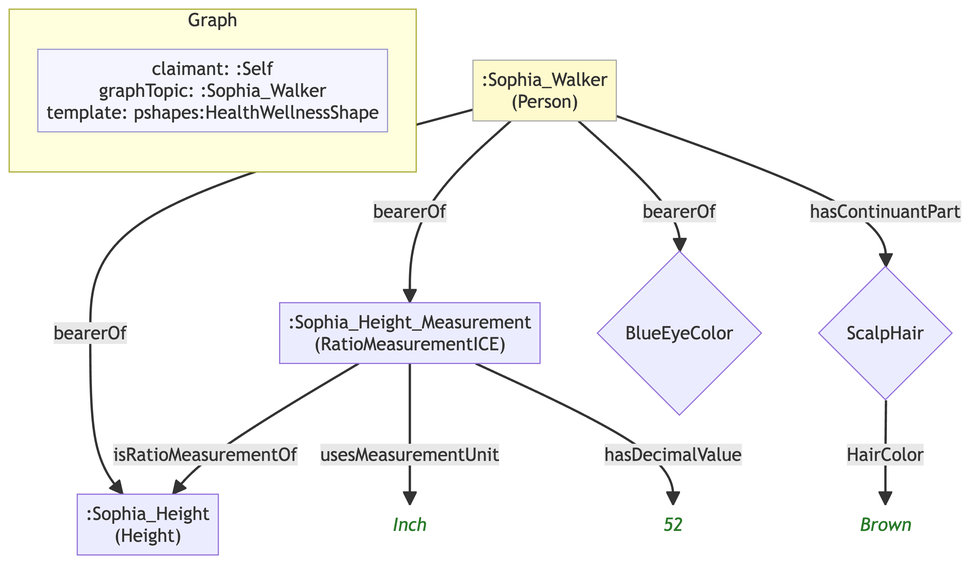
Before: example/graphs/images/graph-17.png, a diagram exported from Mermaid (MeeFoundation/mia-ontologies). Its source is kept beside it as example/graphs/images/graph-17.mmd.
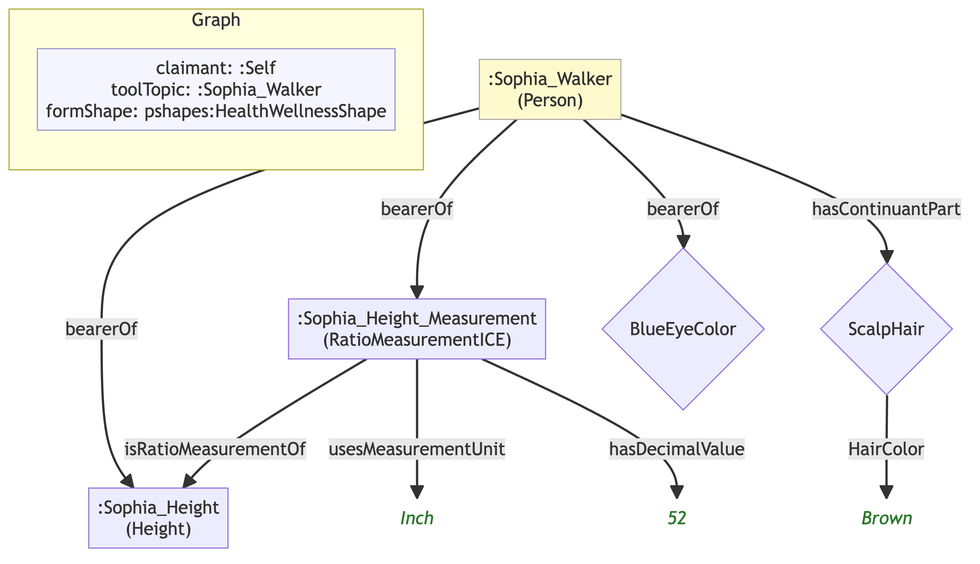
After the change.

Change to the diagram source:
```diff
@@ -7,23 +7,23 @@
 
     subgraph ctx["Graph"]
         direction LR
-        ctx_meta["claimant: :Self\ngraphTopic: :Sophia_Walker\ntemplate: pshapes:HealthWellnessShape"]:::meta
+        ctx_meta["claimant: :Self\ntoolTopic: :Sophia_Walker\nformShape: pshapes:HealthWellnessShape"]:::meta
     end
 
-    nc2b33ffe0c84[":Sophia_Height\n(Height)"]
-    n82d3b4cd3934[":Sophia_Height_Measurement\n(RatioMeasurementICE)"]
-    n92798e8f15b9("Inch"):::lit
-    nfda21726ea9a("52"):::lit
-    n2862909bb09a[":Sophia_Walker\n(Person)"]:::person
-    n0671a0837f8f{"BlueEyeColor"}
-    n60f212cab6dd{"ScalpHair"}
-    n7d5984022733("Brown"):::lit
+    n667d12f5388b[":Sophia_Height\n(Height)"]
+    nb0b40fbd2ee8[":Sophia_Height_Measurement\n(RatioMeasurementICE)"]
+    n0017fb84a2e7("Inch"):::lit
+    n3832f0698848("52"):::lit
+    ndcbfaa4fbe46[":Sophia_Walker\n(Person)"]:::person
+    n94a58ef965f6{"BlueEyeColor"}
+    nd3fc0004c5c3{"ScalpHair"}
+    n000b16fcc46b("Brown"):::lit
 
-    n82d3b4cd3934 -->|"isRatioMeasurementOf"| nc2b33ffe0c84
-    n82d3b4cd3934 -->|"usesMeasurementUnit"| n92798e8f15b9
-    n82d3b4cd3934 -->|"hasDecimalValue"| nfda21726ea9a
-    n2862909bb09a -->|"bearerOf"| nc2b33ffe0c84
-    n2862909bb09a -->|"bearerOf"| n82d3b4cd3934
-    n2862909bb09a -->|"bearerOf"| n0671a0837f8f
-    n2862909bb09a -->|"hasContinuantPart"| n60f212cab6dd
-    n60f212cab6dd -->|"HairColor"| n7d5984022733
+    nb0b40fbd2ee8 -->|"isRatioMeasurementOf"| n667d12f5388b
+    nb0b40fbd2ee8 -->|"usesMeasurementUnit"| n0017fb84a2e7
+    nb0b40fbd2ee8 -->|"hasDecimalValue"| n3832f0698848
+    ndcbfaa4fbe46 -->|"bearerOf"| n667d12f5388b
+    ndcbfaa4fbe46 -->|"bearerOf"| nb0b40fbd2ee8
+    ndcbfaa4fbe46 -->|"bearerOf"| n94a58ef965f6
+    ndcbfaa4fbe46 -->|"hasContinuantPart"| nd3fc0004c5c3
+    nd3fc0004c5c3 -->|"HairColor"| n000b16fcc46b
```
